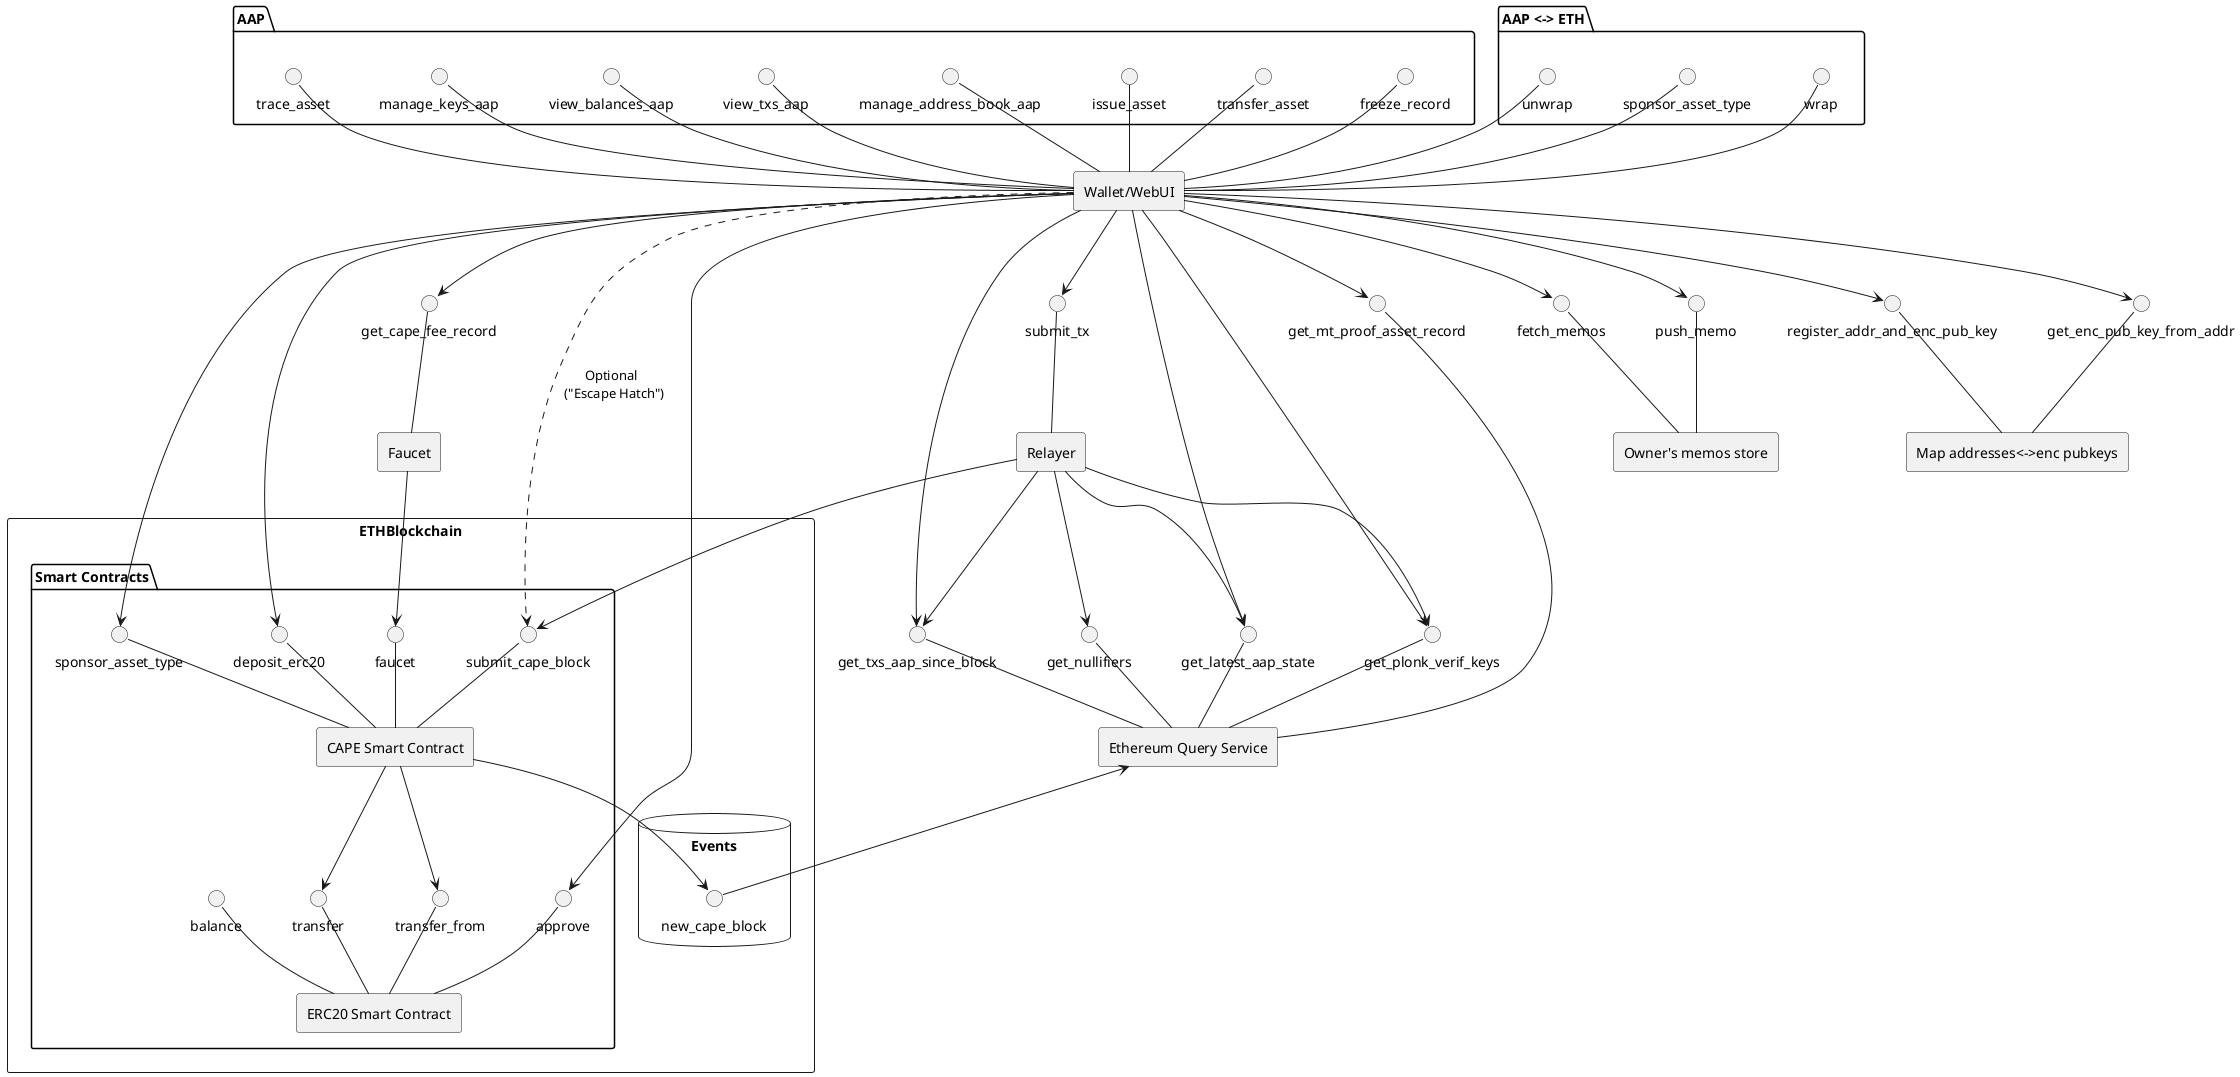
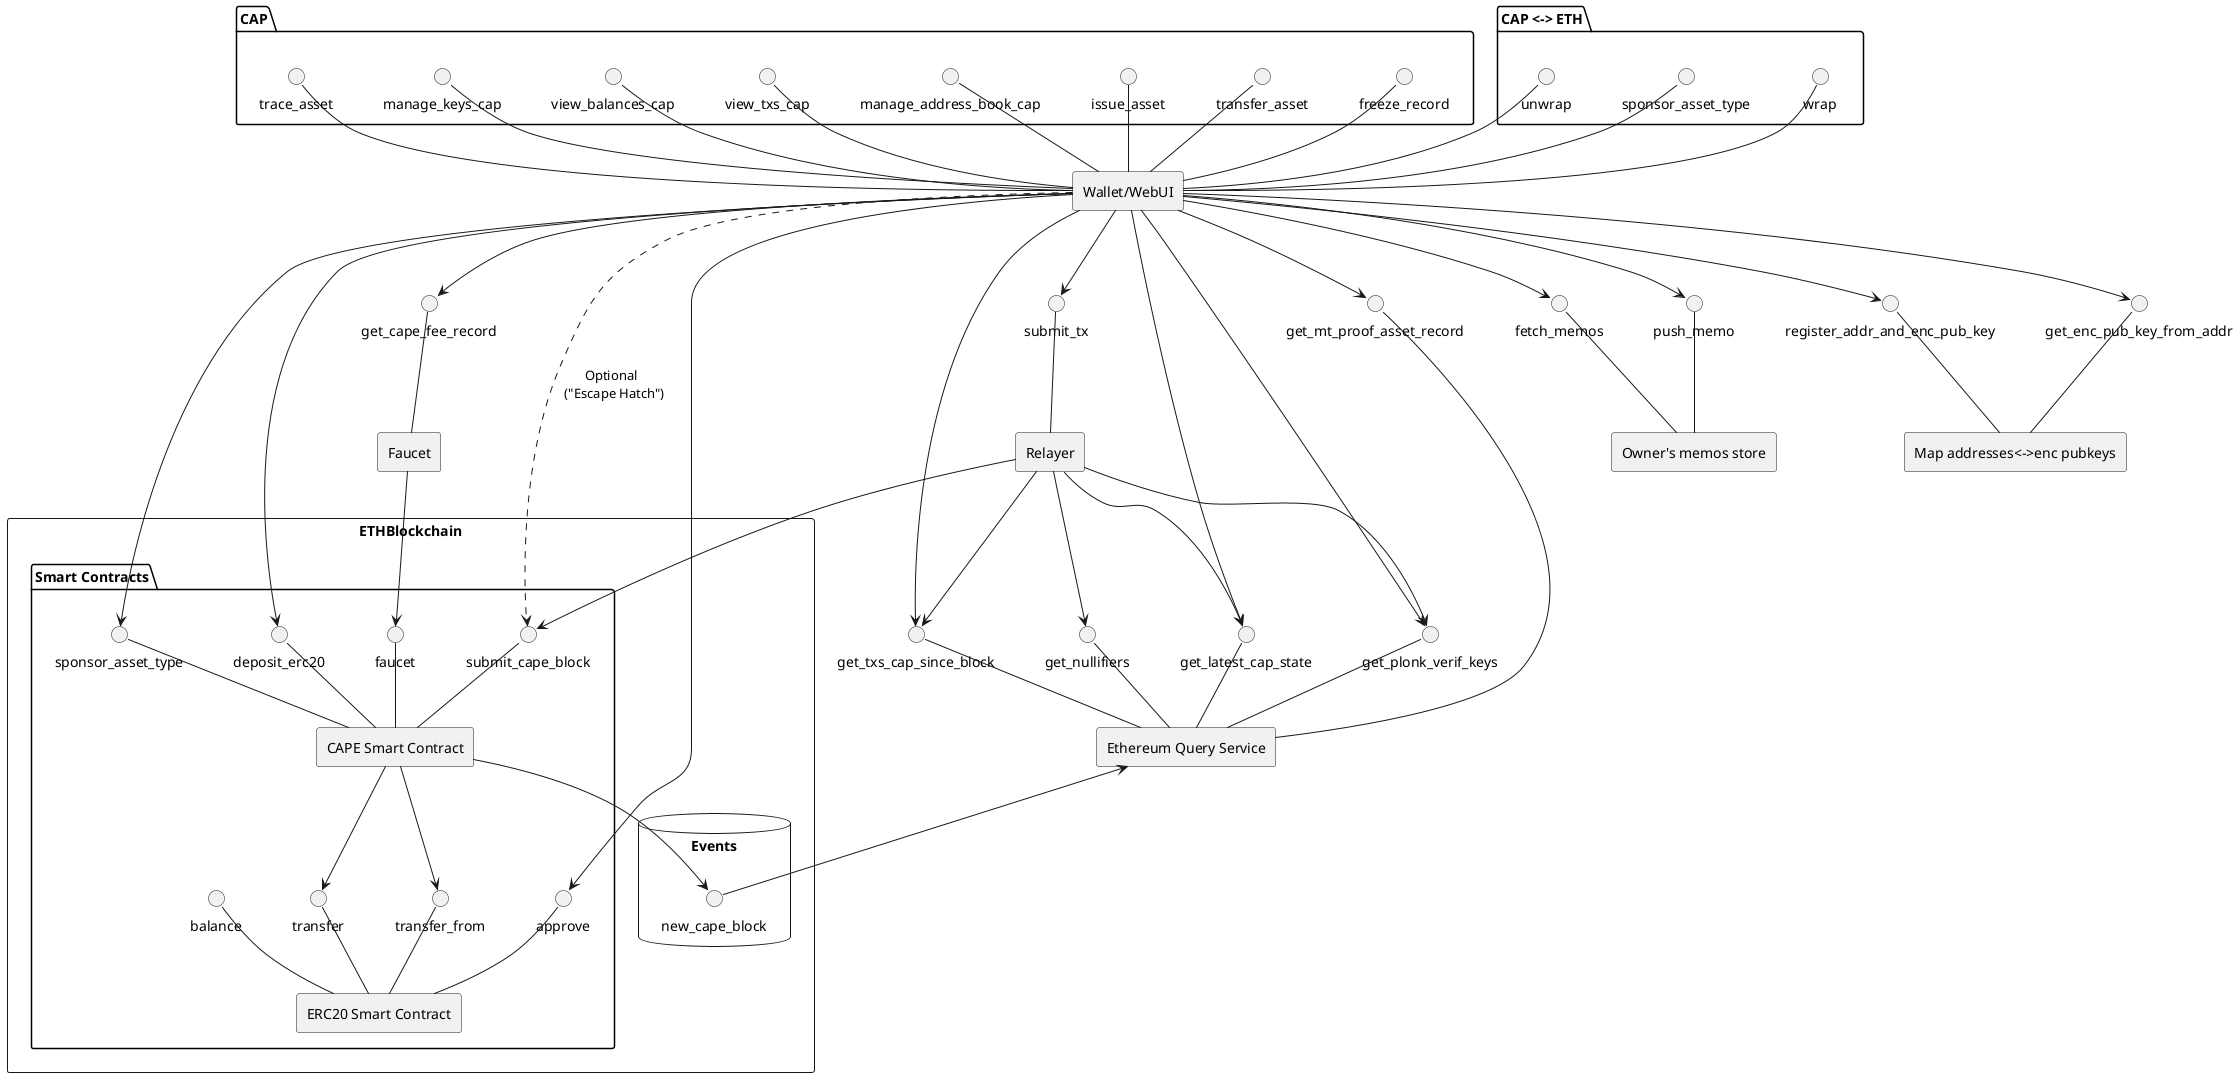
@startuml
skinparam componentStyle rectangle

component "Wallet/WebUI" as UI


- package "AAP" {
+ package "CAP" {
    issue_asset -down- UI
    transfer_asset -down- UI
    freeze_record -down- UI
    trace_asset -down- UI
-     manage_keys_aap -down- UI
-     view_balances_aap -down- UI
-     view_txs_aap -down- UI
-     manage_address_book_aap -down- UI
+     manage_keys_cap -down- UI
+     view_balances_cap -down- UI
+     view_txs_cap -down- UI
+     manage_address_book_cap -down- UI
}
- package "AAP <-> ETH" {
+ package "CAP <-> ETH" {
    sponsor_asset_type -down- UI
    wrap -down- UI
    unwrap -down- UI
}


[Relayer]
interface submit_tx
submit_tx -down- Relayer

[Ethereum Query Service] as EQS
interface get_mt_proof_asset_record
- interface get_txs_aap_since_block
- interface get_latest_aap_state
+ interface get_txs_cap_since_block
+ interface get_latest_cap_state
interface get_plonk_verif_keys
interface get_nullifiers
get_nullifiers -down- EQS
get_plonk_verif_keys -down- EQS
- get_txs_aap_since_block -down- EQS
+ get_txs_cap_since_block -down- EQS
get_mt_proof_asset_record -down- EQS
- get_latest_aap_state -down- EQS
+ get_latest_cap_state -down- EQS

' [Ethereum Access Provider] as EAP

[Owner's memos store] as OMS
interface fetch_memos
interface push_memo
fetch_memos -down- OMS
push_memo -down- OMS


[Map addresses<->enc pubkeys] as MAPADDRENC
interface register_addr_and_enc_pub_key
interface get_enc_pub_key_from_addr
register_addr_and_enc_pub_key -down- MAPADDRENC
get_enc_pub_key_from_addr -down- MAPADDRENC

[Faucet] as F
interface get_cape_fee_record
get_cape_fee_record -down- F

component ETHBlockchain {

    Package "Smart Contracts" {

        [CAPE Smart Contract] as CAPESC
        interface submit_cape_block
        interface "sponsor_asset_type" as sponsor_asset_type_cape
        interface deposit_erc20
        interface faucet
        submit_cape_block -down- CAPESC
        sponsor_asset_type_cape -down- CAPESC
        deposit_erc20 -down- CAPESC
        faucet -down- CAPESC


        [ERC20 Smart Contract] as ERC20
        interface approve
        interface transfer_from
        interface transfer
        interface balance


        approve -down- ERC20
        transfer -down- ERC20
        balance -down- ERC20
        transfer_from -down- ERC20

    }

    database Events {
        interface new_cape_block
    }

}

Relayer -down-> submit_cape_block
- Relayer -down-> get_txs_aap_since_block
- Relayer -down-> get_latest_aap_state
+ Relayer -down-> get_txs_cap_since_block
+ Relayer -down-> get_latest_cap_state
Relayer -down-> get_nullifiers
Relayer -down-> get_plonk_verif_keys

F -down-> faucet

CAPESC -down-> transfer_from
CAPESC -down-> transfer
CAPESC -down-> new_cape_block

UI -down-> fetch_memos
UI -down-> submit_tx
UI -down-> sponsor_asset_type_cape
UI -down-> push_memo
UI -down-> deposit_erc20
UI -down-> approve
UI -down-> get_mt_proof_asset_record
- UI -down-> get_txs_aap_since_block
+ UI -down-> get_txs_cap_since_block
UI -down-> register_addr_and_enc_pub_key
UI -down-> get_enc_pub_key_from_addr
- UI -down-> get_latest_aap_state
+ UI -down-> get_latest_cap_state
UI -down-> get_plonk_verif_keys
UI -down..-> submit_cape_block: Optional \n ("Escape Hatch")
UI -down-> get_cape_fee_record

new_cape_block -up-> EQS

@enduml
